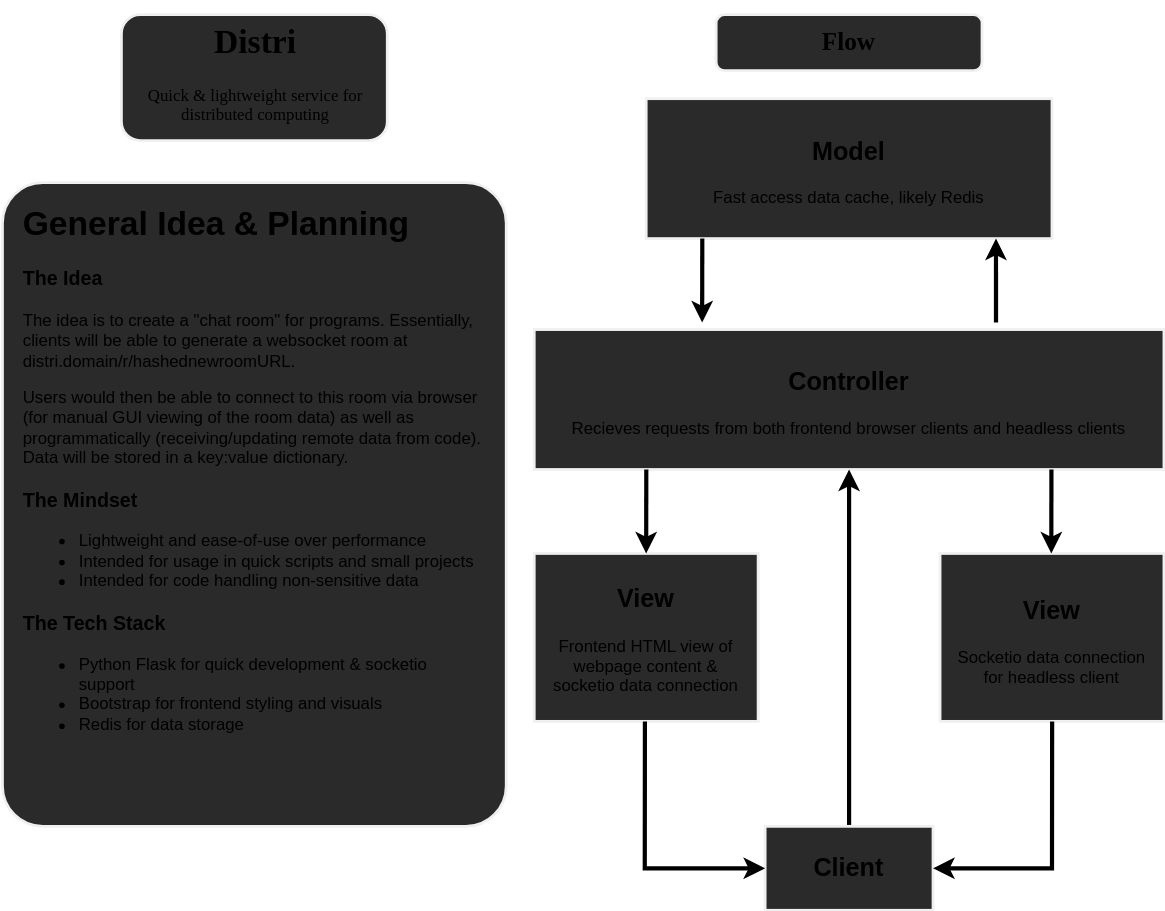
Above: projectplanning.drawio.svg in vasilzhigilei/Distri (draw.io), before the change. Source tidied: cells renumbered, new cells last; positions are measured from the earlier drawing's top-left corner, leaving out a move shared by most shapes. Its diagram source:
```xml
<mxGraphModel>
  <root>
    <mxCell id="0" />
    <mxCell id="1" parent="0" />
    <mxCell id="2" value="&lt;h1 style=&quot;text-align: center&quot;&gt;&lt;font face=&quot;Verdana&quot;&gt;Distri&lt;/font&gt;&lt;/h1&gt;&lt;p style=&quot;text-align: center&quot;&gt;&lt;font face=&quot;Verdana&quot;&gt;Quick &amp;amp; lightweight service for distributed computing&lt;/font&gt;&lt;/p&gt;" style="text;html=1;spacing=5;spacingTop=-20;whiteSpace=wrap;overflow=hidden;rounded=1;shadow=0;glass=0;sketch=0;fillColor=#2a2a2a;strokeWidth=2;perimeterSpacing=2;strokeColor=#f0f0f0;spacingLeft=5;spacingBottom=5;spacingRight=5;" parent="1" vertex="1">
      <mxGeometry x="85" width="190" height="90" as="geometry" />
    </mxCell>
    <mxCell id="3" value="&lt;h2&gt;Controller&lt;/h2&gt;&lt;div&gt;Recieves requests from both frontend browser clients and headless clients&lt;/div&gt;" style="rounded=0;whiteSpace=wrap;html=1;shadow=0;glass=0;sketch=0;strokeColor=#f0f0f0;strokeWidth=2;fillColor=#2a2a2a;gradientColor=none;spacingLeft=5;spacingBottom=5;spacingRight=5;spacingTop=-5;" parent="1" vertex="1">
      <mxGeometry x="380" y="225" width="450" height="100" as="geometry" />
    </mxCell>
    <mxCell id="4" value="&lt;h2&gt;View&lt;/h2&gt;&lt;div&gt;Frontend HTML view of webpage content &amp;amp; socketio data connection&lt;/div&gt;" style="rounded=0;whiteSpace=wrap;html=1;shadow=0;glass=0;sketch=0;strokeColor=#f0f0f0;strokeWidth=2;fillColor=#2a2a2a;gradientColor=none;spacingLeft=5;spacingBottom=5;spacingRight=5;spacingTop=-5;" parent="1" vertex="1">
      <mxGeometry x="380" y="385" width="160" height="120" as="geometry" />
    </mxCell>
    <mxCell id="5" value="&lt;h2&gt;View&lt;/h2&gt;&lt;div&gt;Socketio data connection for headless client&lt;/div&gt;" style="rounded=0;whiteSpace=wrap;html=1;shadow=0;glass=0;sketch=0;strokeColor=#f0f0f0;strokeWidth=2;fillColor=#2a2a2a;gradientColor=none;spacingTop=-5;spacingLeft=5;spacingBottom=4;spacingRight=5;" parent="1" vertex="1">
      <mxGeometry x="670" y="385" width="160" height="120" as="geometry" />
    </mxCell>
    <mxCell id="6" style="edgeStyle=orthogonalEdgeStyle;rounded=0;jettySize=auto;html=1;exitX=0.5;exitY=0;exitDx=0;exitDy=0;entryX=0.5;entryY=1;entryDx=0;entryDy=0;strokeWidth=3;" parent="1" edge="1" source="7" target="3">
      <mxGeometry relative="1" as="geometry" />
    </mxCell>
    <mxCell id="7" value="&lt;h2&gt;Client&lt;/h2&gt;" style="rounded=0;whiteSpace=wrap;html=1;shadow=0;glass=0;sketch=0;strokeColor=#f0f0f0;strokeWidth=2;fillColor=#2a2a2a;gradientColor=none;" parent="1" vertex="1">
      <mxGeometry x="545" y="580" width="120" height="60" as="geometry" />
    </mxCell>
    <mxCell id="8" style="endArrow=classic;html=1;strokeWidth=3;exitX=0.178;exitY=1;exitDx=0;exitDy=0;exitPerimeter=0;entryX=0.5;entryY=0;entryDx=0;entryDy=0;rounded=0;" parent="1" edge="1" source="3" target="4">
      <mxGeometry relative="1" as="geometry" />
    </mxCell>
    <mxCell id="9" style="endArrow=classic;html=1;strokeWidth=3;exitX=0.178;exitY=1;exitDx=0;exitDy=0;exitPerimeter=0;entryX=0.5;entryY=0;entryDx=0;entryDy=0;rounded=0;" parent="1" edge="1">
      <mxGeometry relative="1" as="geometry">
        <mxPoint x="749.6" y="325" as="sourcePoint" />
        <mxPoint x="749.5" y="385" as="targetPoint" />
      </mxGeometry>
    </mxCell>
    <mxCell id="10" value="&lt;h2&gt;Model&lt;/h2&gt;&lt;div&gt;Fast access data cache, likely Redis&lt;/div&gt;" style="rounded=0;whiteSpace=wrap;html=1;shadow=0;glass=0;sketch=0;strokeColor=#f0f0f0;strokeWidth=2;fillColor=#2a2a2a;gradientColor=none;spacingLeft=5;spacingBottom=5;spacingRight=5;spacingTop=-5;" parent="1" vertex="1">
      <mxGeometry x="460" y="60" width="290" height="100" as="geometry" />
    </mxCell>
    <mxCell id="11" style="endArrow=classic;html=1;strokeWidth=3;exitX=0.178;exitY=1;exitDx=0;exitDy=0;exitPerimeter=0;entryX=0.5;entryY=0;entryDx=0;entryDy=0;rounded=0;" parent="1" edge="1">
      <mxGeometry relative="1" as="geometry">
        <mxPoint x="500.1" y="160" as="sourcePoint" />
        <mxPoint x="500" y="220" as="targetPoint" />
      </mxGeometry>
    </mxCell>
    <mxCell id="12" style="endArrow=classic;html=1;strokeWidth=3;rounded=0;entryX=0.862;entryY=1;entryDx=0;entryDy=0;entryPerimeter=0;" parent="1" edge="1" target="10">
      <mxGeometry relative="1" as="geometry">
        <mxPoint x="710" y="220" as="sourcePoint" />
      </mxGeometry>
    </mxCell>
    <mxCell id="13" style="endArrow=classic;html=1;strokeWidth=3;exitX=0.178;exitY=1;exitDx=0;exitDy=0;exitPerimeter=0;rounded=0;entryX=0;entryY=0.5;entryDx=0;entryDy=0;" parent="1" edge="1" target="7">
      <mxGeometry relative="1" as="geometry">
        <mxPoint x="459.1" y="505" as="sourcePoint" />
        <Array as="points">
          <mxPoint x="459" y="610" />
        </Array>
      </mxGeometry>
    </mxCell>
    <mxCell id="14" style="endArrow=classic;html=1;strokeWidth=3;exitX=0.178;exitY=1;exitDx=0;exitDy=0;exitPerimeter=0;rounded=0;entryX=1;entryY=0.5;entryDx=0;entryDy=0;" parent="1" edge="1" target="7">
      <mxGeometry relative="1" as="geometry">
        <mxPoint x="750.1" y="505" as="sourcePoint" />
        <Array as="points">
          <mxPoint x="750" y="610" />
        </Array>
      </mxGeometry>
    </mxCell>
    <mxCell id="15" value="&lt;h1&gt;General Idea &amp;amp; Planning&lt;/h1&gt;&lt;h3&gt;The Idea&lt;/h3&gt;&lt;p&gt;The idea is to create a &quot;chat room&quot; for programs. Essentially, clients will be able to generate a websocket room at distri.domain/r/hashednewroomURL.&lt;/p&gt;&lt;p&gt;Users would then be able to connect to this room via browser (for manual GUI viewing of the room data) as well as programmatically (receiving/updating remote data from code). Data will be stored in a key:value dictionary.&lt;/p&gt;&lt;h3&gt;The Mindset&lt;/h3&gt;&lt;p&gt;&lt;/p&gt;&lt;ul&gt;&lt;li&gt;Lightweight and ease-of-use over performance&lt;/li&gt;&lt;li&gt;Intended for usage in quick scripts and small projects&lt;/li&gt;&lt;li&gt;Intended for code handling non-sensitive data&lt;/li&gt;&lt;/ul&gt;&lt;h3&gt;The Tech Stack&lt;/h3&gt;&lt;div&gt;&lt;ul&gt;&lt;li&gt;Python Flask for quick development &amp;amp; socketio support&lt;/li&gt;&lt;li&gt;Bootstrap for frontend styling and visuals&lt;/li&gt;&lt;li&gt;Redis for data storage&lt;/li&gt;&lt;/ul&gt;&lt;/div&gt;&lt;p&gt;&lt;/p&gt;" style="text;html=1;spacing=5;spacingTop=-10;whiteSpace=wrap;overflow=hidden;rounded=1;shadow=0;glass=0;sketch=0;fillColor=#2a2a2a;strokeColor=#f0f0f0;strokeWidth=2;perimeterSpacing=2;spacingLeft=10;spacingBottom=10;spacingRight=10;arcSize=8;" parent="1" vertex="1">
      <mxGeometry y="120" width="360" height="460" as="geometry" />
    </mxCell>
    <mxCell id="16" value="&lt;h2&gt;&lt;font face=&quot;Verdana&quot;&gt;Flow&lt;/font&gt;&lt;/h2&gt;" style="text;html=1;spacing=5;spacingTop=-15;whiteSpace=wrap;overflow=hidden;rounded=1;shadow=0;glass=0;sketch=0;fillColor=#2a2a2a;strokeWidth=2;perimeterSpacing=2;strokeColor=#f0f0f0;spacingLeft=5;spacingBottom=5;spacingRight=5;align=center;verticalAlign=top;" parent="1" vertex="1">
      <mxGeometry x="510" width="190" height="40" as="geometry" />
    </mxCell>
  </root>
</mxGraphModel>
```
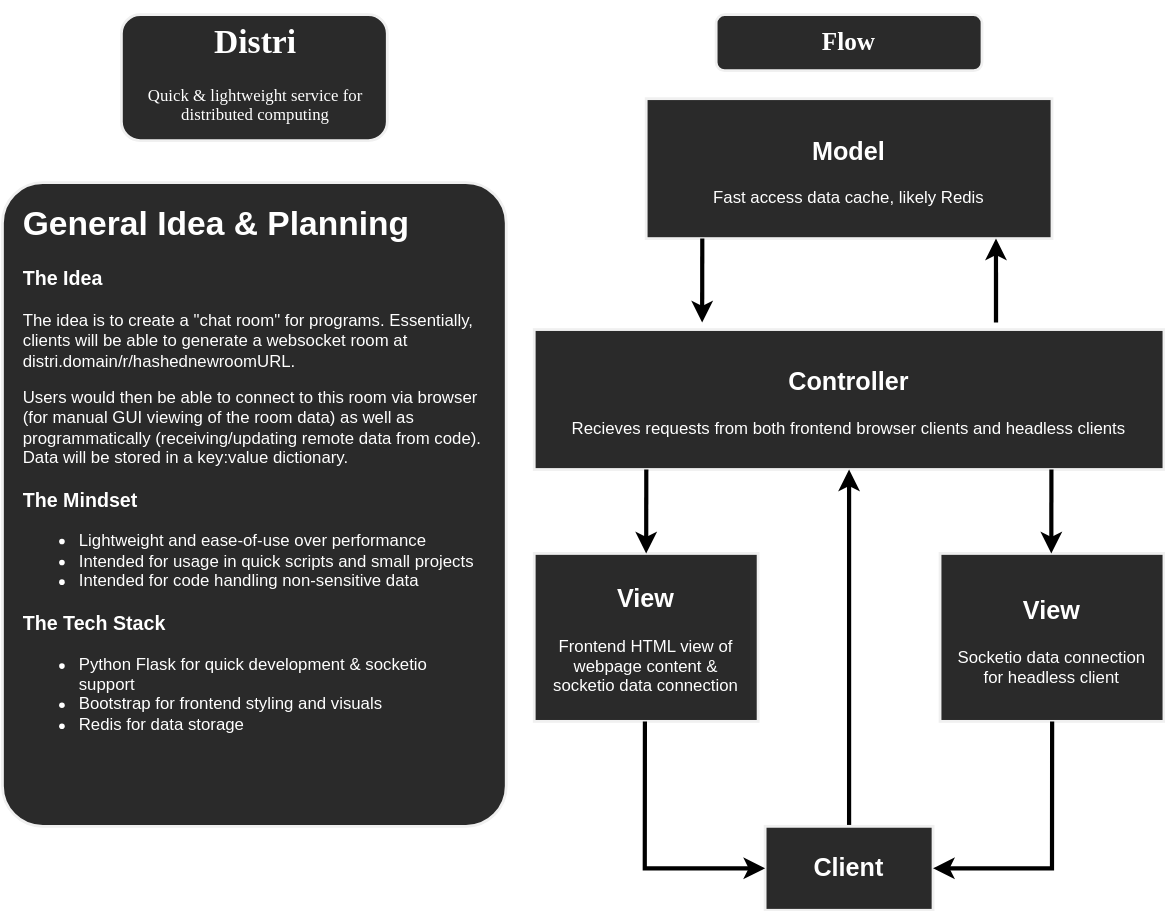
Above is the later version.

Commit message:
font color fix

Diff of the diagram source:
```diff
@@ -2,48 +2,48 @@
   <root>
     <mxCell id="0" />
     <mxCell id="1" parent="0" />
-    <mxCell id="2" value="&lt;h1 style=&quot;text-align: center&quot;&gt;&lt;font face=&quot;Verdana&quot;&gt;Distri&lt;/font&gt;&lt;/h1&gt;&lt;p style=&quot;text-align: center&quot;&gt;&lt;font face=&quot;Verdana&quot;&gt;Quick &amp;amp; lightweight service for distributed computing&lt;/font&gt;&lt;/p&gt;" style="text;html=1;spacing=5;spacingTop=-20;whiteSpace=wrap;overflow=hidden;rounded=1;shadow=0;glass=0;sketch=0;fillColor=#2a2a2a;strokeWidth=2;perimeterSpacing=2;strokeColor=#f0f0f0;spacingLeft=5;spacingBottom=5;spacingRight=5;" parent="1" vertex="1">
+    <mxCell id="2" value="&lt;h1 style=&quot;text-align: center&quot;&gt;&lt;font face=&quot;Verdana&quot;&gt;Distri&lt;/font&gt;&lt;/h1&gt;&lt;p style=&quot;text-align: center&quot;&gt;&lt;font face=&quot;Verdana&quot;&gt;Quick &amp;amp; lightweight service for distributed computing&lt;/font&gt;&lt;/p&gt;" style="text;html=1;spacing=5;spacingTop=-20;whiteSpace=wrap;overflow=hidden;rounded=1;shadow=0;glass=0;sketch=0;fillColor=#2a2a2a;strokeWidth=2;perimeterSpacing=2;strokeColor=#f0f0f0;spacingLeft=5;spacingBottom=5;spacingRight=5;fontColor=#FFFFFF;" parent="1" vertex="1">
       <mxGeometry x="85" width="190" height="90" as="geometry" />
     </mxCell>
-    <mxCell id="3" value="&lt;h2&gt;Controller&lt;/h2&gt;&lt;div&gt;Recieves requests from both frontend browser clients and headless clients&lt;/div&gt;" style="rounded=0;whiteSpace=wrap;html=1;shadow=0;glass=0;sketch=0;strokeColor=#f0f0f0;strokeWidth=2;fillColor=#2a2a2a;gradientColor=none;spacingLeft=5;spacingBottom=5;spacingRight=5;spacingTop=-5;" parent="1" vertex="1">
+    <mxCell id="3" value="&lt;h2&gt;Controller&lt;/h2&gt;&lt;div&gt;Recieves requests from both frontend browser clients and headless clients&lt;/div&gt;" style="rounded=0;whiteSpace=wrap;html=1;shadow=0;glass=0;sketch=0;strokeColor=#f0f0f0;strokeWidth=2;fillColor=#2a2a2a;gradientColor=none;spacingLeft=5;spacingBottom=5;spacingRight=5;spacingTop=-5;fontColor=#FFFFFF;" parent="1" vertex="1">
       <mxGeometry x="380" y="225" width="450" height="100" as="geometry" />
     </mxCell>
-    <mxCell id="4" value="&lt;h2&gt;View&lt;/h2&gt;&lt;div&gt;Frontend HTML view of webpage content &amp;amp; socketio data connection&lt;/div&gt;" style="rounded=0;whiteSpace=wrap;html=1;shadow=0;glass=0;sketch=0;strokeColor=#f0f0f0;strokeWidth=2;fillColor=#2a2a2a;gradientColor=none;spacingLeft=5;spacingBottom=5;spacingRight=5;spacingTop=-5;" parent="1" vertex="1">
+    <mxCell id="4" value="&lt;h2&gt;&lt;font&gt;View&lt;/font&gt;&lt;/h2&gt;&lt;div&gt;&lt;font&gt;Frontend HTML view of webpage content &amp;amp; socketio data connection&lt;/font&gt;&lt;/div&gt;" style="rounded=0;whiteSpace=wrap;html=1;shadow=0;glass=0;sketch=0;strokeColor=#f0f0f0;strokeWidth=2;fillColor=#2a2a2a;gradientColor=none;spacingLeft=5;spacingBottom=5;spacingRight=5;spacingTop=-5;fontColor=#FFFFFF;" parent="1" vertex="1">
       <mxGeometry x="380" y="385" width="160" height="120" as="geometry" />
     </mxCell>
-    <mxCell id="5" value="&lt;h2&gt;View&lt;/h2&gt;&lt;div&gt;Socketio data connection for headless client&lt;/div&gt;" style="rounded=0;whiteSpace=wrap;html=1;shadow=0;glass=0;sketch=0;strokeColor=#f0f0f0;strokeWidth=2;fillColor=#2a2a2a;gradientColor=none;spacingTop=-5;spacingLeft=5;spacingBottom=4;spacingRight=5;" parent="1" vertex="1">
+    <mxCell id="5" value="&lt;h2&gt;View&lt;/h2&gt;&lt;div&gt;Socketio data connection for headless client&lt;/div&gt;" style="rounded=0;whiteSpace=wrap;html=1;shadow=0;glass=0;sketch=0;strokeColor=#f0f0f0;strokeWidth=2;fillColor=#2a2a2a;gradientColor=none;spacingTop=-5;spacingLeft=5;spacingBottom=4;spacingRight=5;fontColor=#FFFFFF;" parent="1" vertex="1">
       <mxGeometry x="670" y="385" width="160" height="120" as="geometry" />
     </mxCell>
-    <mxCell id="6" style="edgeStyle=orthogonalEdgeStyle;rounded=0;jettySize=auto;html=1;exitX=0.5;exitY=0;exitDx=0;exitDy=0;entryX=0.5;entryY=1;entryDx=0;entryDy=0;strokeWidth=3;" parent="1" edge="1" source="7" target="3">
+    <mxCell id="6" style="edgeStyle=orthogonalEdgeStyle;rounded=0;jettySize=auto;html=1;exitX=0.5;exitY=0;exitDx=0;exitDy=0;entryX=0.5;entryY=1;entryDx=0;entryDy=0;strokeWidth=3;fontColor=#FFFFFF;" parent="1" edge="1" source="7" target="3">
       <mxGeometry relative="1" as="geometry" />
     </mxCell>
-    <mxCell id="7" value="&lt;h2&gt;Client&lt;/h2&gt;" style="rounded=0;whiteSpace=wrap;html=1;shadow=0;glass=0;sketch=0;strokeColor=#f0f0f0;strokeWidth=2;fillColor=#2a2a2a;gradientColor=none;" parent="1" vertex="1">
+    <mxCell id="7" value="&lt;h2&gt;Client&lt;/h2&gt;" style="rounded=0;whiteSpace=wrap;html=1;shadow=0;glass=0;sketch=0;strokeColor=#f0f0f0;strokeWidth=2;fillColor=#2a2a2a;gradientColor=none;fontColor=#FFFFFF;" parent="1" vertex="1">
       <mxGeometry x="545" y="580" width="120" height="60" as="geometry" />
     </mxCell>
-    <mxCell id="8" style="endArrow=classic;html=1;strokeWidth=3;exitX=0.178;exitY=1;exitDx=0;exitDy=0;exitPerimeter=0;entryX=0.5;entryY=0;entryDx=0;entryDy=0;rounded=0;" parent="1" edge="1" source="3" target="4">
+    <mxCell id="8" style="endArrow=classic;html=1;strokeWidth=3;exitX=0.178;exitY=1;exitDx=0;exitDy=0;exitPerimeter=0;entryX=0.5;entryY=0;entryDx=0;entryDy=0;rounded=0;fontColor=#FFFFFF;" parent="1" edge="1" source="3" target="4">
       <mxGeometry relative="1" as="geometry" />
     </mxCell>
-    <mxCell id="9" style="endArrow=classic;html=1;strokeWidth=3;exitX=0.178;exitY=1;exitDx=0;exitDy=0;exitPerimeter=0;entryX=0.5;entryY=0;entryDx=0;entryDy=0;rounded=0;" parent="1" edge="1">
+    <mxCell id="9" style="endArrow=classic;html=1;strokeWidth=3;exitX=0.178;exitY=1;exitDx=0;exitDy=0;exitPerimeter=0;entryX=0.5;entryY=0;entryDx=0;entryDy=0;rounded=0;fontColor=#FFFFFF;" parent="1" edge="1">
       <mxGeometry relative="1" as="geometry">
         <mxPoint x="749.6" y="325" as="sourcePoint" />
         <mxPoint x="749.5" y="385" as="targetPoint" />
       </mxGeometry>
     </mxCell>
-    <mxCell id="10" value="&lt;h2&gt;Model&lt;/h2&gt;&lt;div&gt;Fast access data cache, likely Redis&lt;/div&gt;" style="rounded=0;whiteSpace=wrap;html=1;shadow=0;glass=0;sketch=0;strokeColor=#f0f0f0;strokeWidth=2;fillColor=#2a2a2a;gradientColor=none;spacingLeft=5;spacingBottom=5;spacingRight=5;spacingTop=-5;" parent="1" vertex="1">
+    <mxCell id="10" value="&lt;h2&gt;Model&lt;/h2&gt;&lt;div&gt;Fast access data cache, likely Redis&lt;/div&gt;" style="rounded=0;whiteSpace=wrap;html=1;shadow=0;glass=0;sketch=0;strokeColor=#f0f0f0;strokeWidth=2;fillColor=#2a2a2a;gradientColor=none;spacingLeft=5;spacingBottom=5;spacingRight=5;spacingTop=-5;fontColor=#FFFFFF;" parent="1" vertex="1">
       <mxGeometry x="460" y="60" width="290" height="100" as="geometry" />
     </mxCell>
-    <mxCell id="11" style="endArrow=classic;html=1;strokeWidth=3;exitX=0.178;exitY=1;exitDx=0;exitDy=0;exitPerimeter=0;entryX=0.5;entryY=0;entryDx=0;entryDy=0;rounded=0;" parent="1" edge="1">
+    <mxCell id="11" style="endArrow=classic;html=1;strokeWidth=3;exitX=0.178;exitY=1;exitDx=0;exitDy=0;exitPerimeter=0;entryX=0.5;entryY=0;entryDx=0;entryDy=0;rounded=0;fontColor=#FFFFFF;" parent="1" edge="1">
       <mxGeometry relative="1" as="geometry">
         <mxPoint x="500.1" y="160" as="sourcePoint" />
         <mxPoint x="500" y="220" as="targetPoint" />
       </mxGeometry>
     </mxCell>
-    <mxCell id="12" style="endArrow=classic;html=1;strokeWidth=3;rounded=0;entryX=0.862;entryY=1;entryDx=0;entryDy=0;entryPerimeter=0;" parent="1" edge="1" target="10">
+    <mxCell id="12" style="endArrow=classic;html=1;strokeWidth=3;rounded=0;entryX=0.862;entryY=1;entryDx=0;entryDy=0;entryPerimeter=0;fontColor=#FFFFFF;" parent="1" edge="1" target="10">
       <mxGeometry relative="1" as="geometry">
         <mxPoint x="710" y="220" as="sourcePoint" />
       </mxGeometry>
     </mxCell>
-    <mxCell id="13" style="endArrow=classic;html=1;strokeWidth=3;exitX=0.178;exitY=1;exitDx=0;exitDy=0;exitPerimeter=0;rounded=0;entryX=0;entryY=0.5;entryDx=0;entryDy=0;" parent="1" edge="1" target="7">
+    <mxCell id="13" style="endArrow=classic;html=1;strokeWidth=3;exitX=0.178;exitY=1;exitDx=0;exitDy=0;exitPerimeter=0;rounded=0;entryX=0;entryY=0.5;entryDx=0;entryDy=0;fontColor=#FFFFFF;" parent="1" edge="1" target="7">
       <mxGeometry relative="1" as="geometry">
         <mxPoint x="459.1" y="505" as="sourcePoint" />
         <Array as="points">
@@ -51,7 +51,7 @@
         </Array>
       </mxGeometry>
     </mxCell>
-    <mxCell id="14" style="endArrow=classic;html=1;strokeWidth=3;exitX=0.178;exitY=1;exitDx=0;exitDy=0;exitPerimeter=0;rounded=0;entryX=1;entryY=0.5;entryDx=0;entryDy=0;" parent="1" edge="1" target="7">
+    <mxCell id="14" style="endArrow=classic;html=1;strokeWidth=3;exitX=0.178;exitY=1;exitDx=0;exitDy=0;exitPerimeter=0;rounded=0;entryX=1;entryY=0.5;entryDx=0;entryDy=0;fontColor=#FFFFFF;" parent="1" edge="1" target="7">
       <mxGeometry relative="1" as="geometry">
         <mxPoint x="750.1" y="505" as="sourcePoint" />
         <Array as="points">
@@ -59,10 +59,10 @@
         </Array>
       </mxGeometry>
     </mxCell>
-    <mxCell id="15" value="&lt;h1&gt;General Idea &amp;amp; Planning&lt;/h1&gt;&lt;h3&gt;The Idea&lt;/h3&gt;&lt;p&gt;The idea is to create a &quot;chat room&quot; for programs. Essentially, clients will be able to generate a websocket room at distri.domain/r/hashednewroomURL.&lt;/p&gt;&lt;p&gt;Users would then be able to connect to this room via browser (for manual GUI viewing of the room data) as well as programmatically (receiving/updating remote data from code). Data will be stored in a key:value dictionary.&lt;/p&gt;&lt;h3&gt;The Mindset&lt;/h3&gt;&lt;p&gt;&lt;/p&gt;&lt;ul&gt;&lt;li&gt;Lightweight and ease-of-use over performance&lt;/li&gt;&lt;li&gt;Intended for usage in quick scripts and small projects&lt;/li&gt;&lt;li&gt;Intended for code handling non-sensitive data&lt;/li&gt;&lt;/ul&gt;&lt;h3&gt;The Tech Stack&lt;/h3&gt;&lt;div&gt;&lt;ul&gt;&lt;li&gt;Python Flask for quick development &amp;amp; socketio support&lt;/li&gt;&lt;li&gt;Bootstrap for frontend styling and visuals&lt;/li&gt;&lt;li&gt;Redis for data storage&lt;/li&gt;&lt;/ul&gt;&lt;/div&gt;&lt;p&gt;&lt;/p&gt;" style="text;html=1;spacing=5;spacingTop=-10;whiteSpace=wrap;overflow=hidden;rounded=1;shadow=0;glass=0;sketch=0;fillColor=#2a2a2a;strokeColor=#f0f0f0;strokeWidth=2;perimeterSpacing=2;spacingLeft=10;spacingBottom=10;spacingRight=10;arcSize=8;" parent="1" vertex="1">
+    <mxCell id="15" value="&lt;h1&gt;&lt;font&gt;General Idea &amp;amp; Planning&lt;/font&gt;&lt;/h1&gt;&lt;h3&gt;&lt;font&gt;The Idea&lt;/font&gt;&lt;/h3&gt;&lt;p&gt;&lt;font&gt;The idea is to create a &quot;chat room&quot; for programs. Essentially, clients will be able to generate a websocket room at distri.domain/r/hashednewroomURL.&lt;/font&gt;&lt;/p&gt;&lt;p&gt;&lt;font&gt;Users would then be able to connect to this room via browser (for manual GUI viewing of the room data) as well as programmatically (receiving/updating remote data from code). Data will be stored in a key:value dictionary.&lt;/font&gt;&lt;/p&gt;&lt;h3&gt;&lt;font&gt;The Mindset&lt;/font&gt;&lt;/h3&gt;&lt;p&gt;&lt;/p&gt;&lt;ul&gt;&lt;li&gt;&lt;font&gt;Lightweight and ease-of-use over performance&lt;/font&gt;&lt;/li&gt;&lt;li&gt;&lt;font&gt;Intended for usage in quick scripts and small projects&lt;/font&gt;&lt;/li&gt;&lt;li&gt;&lt;font&gt;Intended for code handling non-sensitive data&lt;/font&gt;&lt;/li&gt;&lt;/ul&gt;&lt;h3&gt;&lt;font&gt;The Tech Stack&lt;/font&gt;&lt;/h3&gt;&lt;div&gt;&lt;ul&gt;&lt;li&gt;&lt;font&gt;Python Flask for quick development &amp;amp; socketio support&lt;/font&gt;&lt;/li&gt;&lt;li&gt;&lt;font&gt;Bootstrap for frontend styling and visuals&lt;/font&gt;&lt;/li&gt;&lt;li&gt;&lt;font&gt;Redis for data storage&lt;/font&gt;&lt;/li&gt;&lt;/ul&gt;&lt;/div&gt;&lt;p&gt;&lt;/p&gt;" style="text;html=1;spacing=5;spacingTop=-10;whiteSpace=wrap;overflow=hidden;rounded=1;shadow=0;glass=0;sketch=0;fillColor=#2a2a2a;strokeColor=#f0f0f0;strokeWidth=2;perimeterSpacing=2;spacingLeft=10;spacingBottom=10;spacingRight=10;arcSize=8;fontColor=#FFFFFF;" parent="1" vertex="1">
       <mxGeometry y="120" width="360" height="460" as="geometry" />
     </mxCell>
-    <mxCell id="16" value="&lt;h2&gt;&lt;font face=&quot;Verdana&quot;&gt;Flow&lt;/font&gt;&lt;/h2&gt;" style="text;html=1;spacing=5;spacingTop=-15;whiteSpace=wrap;overflow=hidden;rounded=1;shadow=0;glass=0;sketch=0;fillColor=#2a2a2a;strokeWidth=2;perimeterSpacing=2;strokeColor=#f0f0f0;spacingLeft=5;spacingBottom=5;spacingRight=5;align=center;verticalAlign=top;" parent="1" vertex="1">
+    <mxCell id="16" value="&lt;h2&gt;&lt;font face=&quot;Verdana&quot;&gt;Flow&lt;/font&gt;&lt;/h2&gt;" style="text;html=1;spacing=5;spacingTop=-15;whiteSpace=wrap;overflow=hidden;rounded=1;shadow=0;glass=0;sketch=0;fillColor=#2a2a2a;strokeWidth=2;perimeterSpacing=2;strokeColor=#f0f0f0;spacingLeft=5;spacingBottom=5;spacingRight=5;align=center;verticalAlign=top;fontColor=#FFFFFF;" parent="1" vertex="1">
       <mxGeometry x="510" width="190" height="40" as="geometry" />
     </mxCell>
   </root>
```
